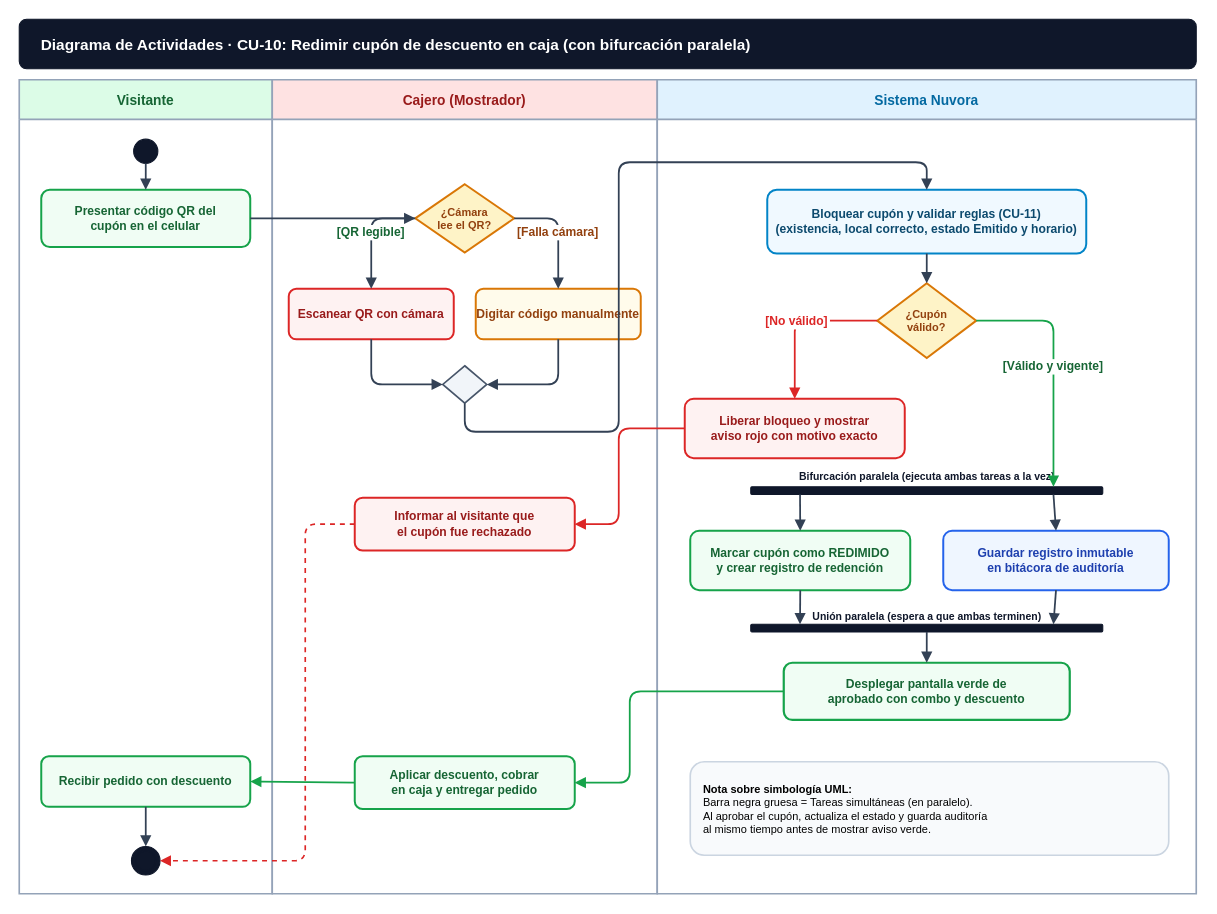
This is 02-training-project/01-phase/01-analysis/03-conceptual-model/04-evidence-learning/G1-P2-esquivel/01-diagrama-actividad-cu10-redencion.drawio from edwin-esquivel-ADSO/ADSO-3413974, a draw.io file, before an edit. Source tidied: cells renumbered, new cells numbered last; positions are measured from the earlier drawing's top-left corner, leaving out a move shared by most shapes. Both pictures are drawn from the tidied source at 110%, with x=0, y=0 at pixel (19, 19).
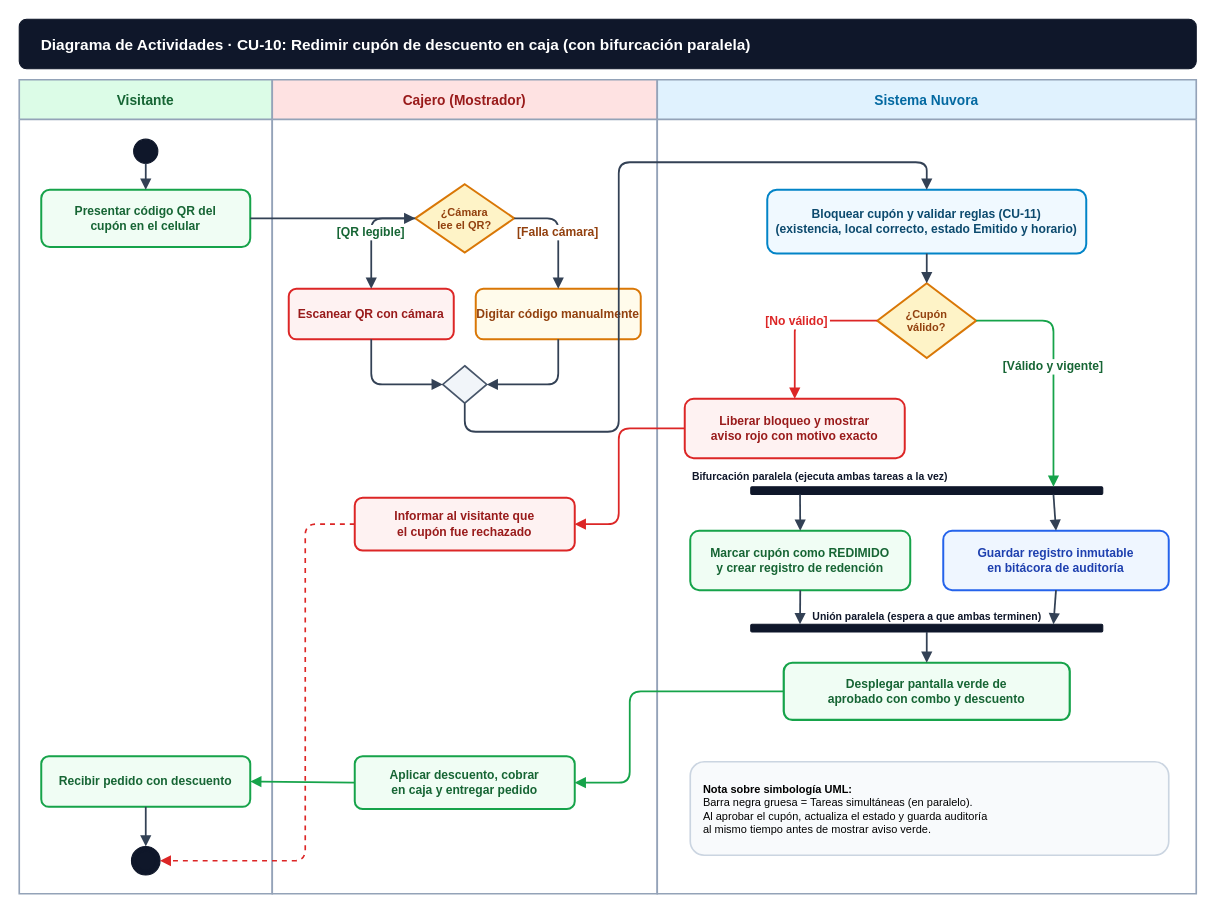
The same page after the edit.

The change refers to these unchanged cells:
```xml
<mxCell id="15" value="Sistema Nuvora" style="swimlane;startSize=36;fillColor=#e0f2fe;strokeColor=#94a3b8;strokeWidth=1.5;fontStyle=1;fontSize=12.5;fontColor=#0369a1;swimlaneFillColor=#ffffff;" parent="1" vertex="1">
  <mxGeometry x="580" y="55" width="490" height="740" as="geometry" />
</mxCell>
```

The edit, as a diff of the source:
```diff
@@
-    <mxCell id="19" value="Bifurcación paralela (ejecuta ambas tareas a la vez)" style="text;html=1;fontStyle=1;fontSize=9.5;fontColor=#0f172a;align=center;" parent="15" vertex="1">
-      <mxGeometry x="85" y="348" width="320" height="20" as="geometry" />
+    <mxCell id="19" value="Bifurcación paralela (ejecuta ambas tareas a la vez)" style="text;html=1;fontStyle=1;fontSize=9.5;fontColor=#0f172a;align=left;" parent="15" vertex="1">
+      <mxGeometry x="30" y="348" width="290" height="20" as="geometry" />
     </mxCell>
```
